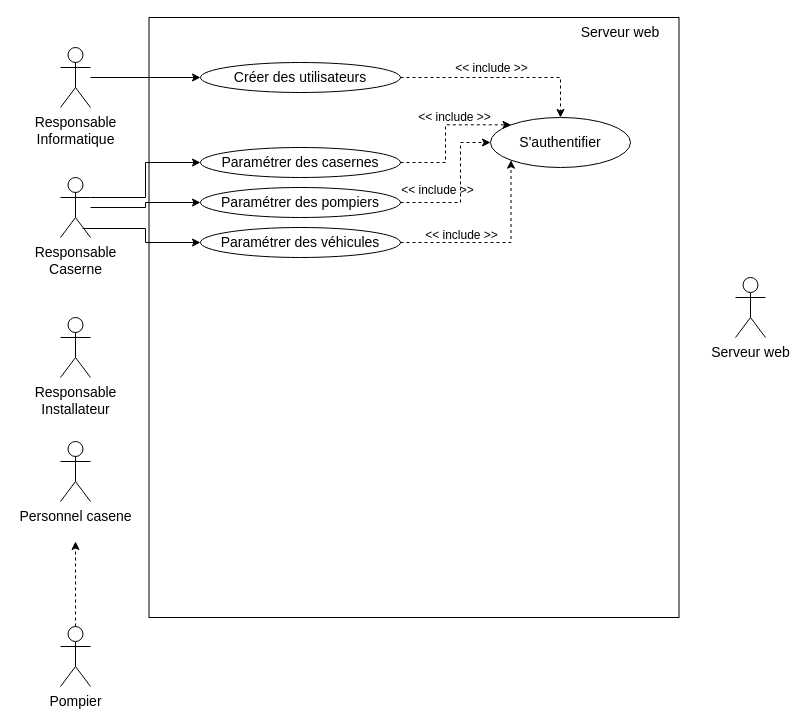
Before: Conception/Cas d'utilisation.drawio in GOROVSKY/projet-scientifique, a draw.io diagram. Source tidied: cells renumbered, new cells numbered last; positions are measured from the earlier drawing's top-left corner, leaving out a move shared by most shapes. Both pictures are drawn from the tidied source at 100%, with x=0, y=0 at pixel (60, 17).
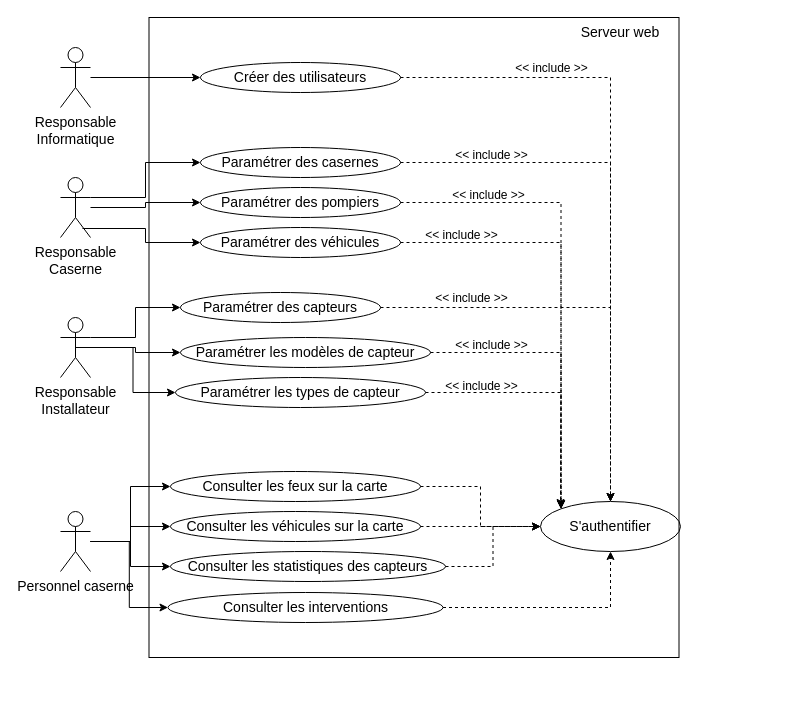
Above is the later version.

The change refers to these unchanged cells:
```xml
<mxCell id="11" value="Paramétrer des pompiers" style="ellipse;whiteSpace=wrap;html=1;fontSize=14;fillColor=none;" parent="1" vertex="1">
  <mxGeometry x="140" y="170" width="200" height="30" as="geometry" />
</mxCell>
<mxCell id="12" value="Paramétrer des casernes" style="ellipse;whiteSpace=wrap;html=1;fontSize=14;fillColor=none;" parent="1" vertex="1">
  <mxGeometry x="140" y="130" width="200" height="30" as="geometry" />
</mxCell>
<mxCell id="14" value="Paramétrer des véhicules" style="ellipse;whiteSpace=wrap;html=1;fontSize=14;fillColor=none;" parent="1" vertex="1">
  <mxGeometry x="140" y="210" width="200" height="30" as="geometry" />
</mxCell>
<mxCell id="16" value="&lt;div style=&quot;font-size: 14px&quot;&gt;Responsable&lt;/div&gt;Installateur" style="shape=umlActor;verticalLabelPosition=bottom;verticalAlign=top;html=1;outlineConnect=0;fontSize=14;" parent="1" vertex="1">
  <mxGeometry y="300" width="30" height="60" as="geometry" />
</mxCell>
<mxCell id="19" style="edgeStyle=orthogonalEdgeStyle;rounded=0;jettySize=auto;html=1;exitX=1;exitY=0.5;exitDx=0;exitDy=0;entryX=0.5;entryY=0;entryDx=0;entryDy=0;fontSize=14;endArrow=classic;endFill=1;dashed=1;" parent="1" edge="1" source="21" target="23">
  <mxGeometry relative="1" as="geometry" />
</mxCell>
```

Change to the diagram source:
```diff
@@
     <mxCell id="2" style="rounded=0;whiteSpace=wrap;html=1;fontSize=16;fillColor=none;" parent="1" vertex="1">
-      <mxGeometry x="88.5" width="530" height="600" as="geometry" />
+      <mxGeometry x="88.5" width="530" height="640" as="geometry" />
     </mxCell>
@@
-    <mxCell id="6" style="edgeStyle=orthogonalEdgeStyle;rounded=0;jettySize=auto;html=1;dashed=1;fontSize=16;" parent="1" edge="1" source="7">
-      <mxGeometry relative="1" as="geometry">
-        <mxPoint x="15" y="524" as="targetPoint" />
-      </mxGeometry>
-    </mxCell>
-    <mxCell id="7" value="Pompier" style="shape=umlActor;verticalLabelPosition=bottom;verticalAlign=top;html=1;outlineConnect=0;fontSize=14;" parent="1" vertex="1">
-      <mxGeometry y="609" width="30" height="60" as="geometry" />
-    </mxCell>
+    <mxCell id="29" style="edgeStyle=orthogonalEdgeStyle;rounded=0;jettySize=auto;html=1;entryX=0;entryY=0.5;entryDx=0;entryDy=0;fontSize=12;endArrow=classic;endFill=1;" parent="1" edge="1" source="8" target="46">
+      <mxGeometry relative="1" as="geometry" />
+    </mxCell>
+    <mxCell id="30" style="edgeStyle=orthogonalEdgeStyle;rounded=0;jettySize=auto;html=1;entryX=0;entryY=0.5;entryDx=0;entryDy=0;fontSize=12;endArrow=classic;endFill=1;" parent="1" edge="1" source="8" target="48">
+      <mxGeometry relative="1" as="geometry" />
+    </mxCell>
+    <mxCell id="31" style="edgeStyle=orthogonalEdgeStyle;rounded=0;jettySize=auto;html=1;entryX=0;entryY=0.5;entryDx=0;entryDy=0;fontSize=12;endArrow=classic;endFill=1;" parent="1" edge="1" source="8" target="50">
+      <mxGeometry relative="1" as="geometry" />
+    </mxCell>
+    <mxCell id="32" style="edgeStyle=orthogonalEdgeStyle;rounded=0;jettySize=auto;html=1;entryX=0;entryY=0.5;entryDx=0;entryDy=0;fontSize=12;endArrow=classic;endFill=1;" parent="1" edge="1" source="8" target="52">
+      <mxGeometry relative="1" as="geometry" />
+    </mxCell>
-    <mxCell id="8" value="Personnel casene" style="shape=umlActor;verticalLabelPosition=bottom;verticalAlign=top;html=1;outlineConnect=0;fontSize=14;" parent="1" vertex="1">
-      <mxGeometry y="424" width="30" height="60" as="geometry" />
+    <mxCell id="8" value="Personnel caserne" style="shape=umlActor;verticalLabelPosition=bottom;verticalAlign=top;html=1;outlineConnect=0;fontSize=14;" parent="1" vertex="1">
+      <mxGeometry y="494" width="30" height="60" as="geometry" />
     </mxCell>
@@
-    <mxCell id="10" value="Serveur web" style="shape=umlActor;verticalLabelPosition=bottom;verticalAlign=top;html=1;fontSize=14;fillColor=none;" parent="1" vertex="1">
-      <mxGeometry x="675" y="260" width="30" height="60" as="geometry" />
-    </mxCell>
@@
-    <mxCell id="13" style="edgeStyle=orthogonalEdgeStyle;rounded=0;jettySize=auto;html=1;exitX=1;exitY=0.5;exitDx=0;exitDy=0;entryX=0;entryY=1;entryDx=0;entryDy=0;dashed=1;fontSize=12;endArrow=classic;endFill=1;" parent="1" edge="1" source="14" target="23">
+    <mxCell id="13" style="edgeStyle=orthogonalEdgeStyle;rounded=0;jettySize=auto;html=1;exitX=1;exitY=0.5;exitDx=0;exitDy=0;entryX=0;entryY=0;entryDx=0;entryDy=0;dashed=1;fontSize=12;endArrow=classic;endFill=1;" parent="1" edge="1" source="14" target="23">
       <mxGeometry relative="1" as="geometry" />
     </mxCell>
@@
+    <mxCell id="33" style="edgeStyle=orthogonalEdgeStyle;rounded=0;jettySize=auto;html=1;exitX=1;exitY=0.3333333333333333;exitDx=0;exitDy=0;exitPerimeter=0;entryX=0;entryY=0.5;entryDx=0;entryDy=0;fontSize=12;endArrow=classic;endFill=1;" parent="1" edge="1" source="16" target="37">
+      <mxGeometry relative="1" as="geometry" />
+    </mxCell>
+    <mxCell id="34" style="edgeStyle=orthogonalEdgeStyle;rounded=0;jettySize=auto;html=1;entryX=0;entryY=0.5;entryDx=0;entryDy=0;fontSize=12;endArrow=classic;endFill=1;" parent="1" edge="1" source="16" target="39">
+      <mxGeometry relative="1" as="geometry" />
+    </mxCell>
+    <mxCell id="35" style="edgeStyle=orthogonalEdgeStyle;rounded=0;jettySize=auto;html=1;exitX=0.5;exitY=0.5;exitDx=0;exitDy=0;exitPerimeter=0;entryX=0;entryY=0.5;entryDx=0;entryDy=0;fontSize=12;endArrow=classic;endFill=1;" parent="1" edge="1" source="16" target="41">
+      <mxGeometry relative="1" as="geometry" />
+    </mxCell>
@@
     <mxCell id="20" value="&lt;font style=&quot;font-size: 12px;&quot;&gt;&amp;lt;&amp;lt; include &amp;gt;&amp;gt;&lt;br style=&quot;font-size: 12px;&quot;&gt;&lt;/font&gt;" style="edgeLabel;html=1;align=center;verticalAlign=middle;fontSize=12;" parent="19" vertex="1">
       <mxGeometry x="0.06" y="-4" relative="1" as="geometry">
-        <mxPoint x="-16" y="-14" as="offset" />
+        <mxPoint x="-116" y="-49" as="offset" />
       </mxGeometry>
     </mxCell>
@@
     <mxCell id="23" value="S'authentifier" style="ellipse;whiteSpace=wrap;html=1;fontSize=14;fillColor=none;" parent="1" vertex="1">
-      <mxGeometry x="430" y="100" width="140" height="50" as="geometry" />
+      <mxGeometry x="480" y="484" width="140" height="50" as="geometry" />
     </mxCell>
-    <mxCell id="24" style="edgeStyle=orthogonalEdgeStyle;rounded=0;jettySize=auto;html=1;exitX=1;exitY=0.5;exitDx=0;exitDy=0;entryX=0;entryY=0;entryDx=0;entryDy=0;fontSize=14;endArrow=classic;endFill=1;dashed=1;" parent="1" edge="1" source="12" target="23">
+    <mxCell id="24" style="edgeStyle=orthogonalEdgeStyle;rounded=0;jettySize=auto;html=1;exitX=1;exitY=0.5;exitDx=0;exitDy=0;fontSize=14;endArrow=classic;endFill=1;dashed=1;" parent="1" edge="1" source="12" target="23">
       <mxGeometry relative="1" as="geometry" />
     </mxCell>
     <mxCell id="25" value="&lt;font style=&quot;font-size: 12px;&quot;&gt;&amp;lt;&amp;lt; include &amp;gt;&amp;gt;&lt;br style=&quot;font-size: 12px;&quot;&gt;&lt;/font&gt;" style="edgeLabel;html=1;align=center;verticalAlign=middle;fontSize=12;labelBackgroundColor=none;" parent="24" vertex="1">
       <mxGeometry x="0.06" y="-4" relative="1" as="geometry">
-        <mxPoint x="4" y="-12" as="offset" />
+        <mxPoint x="-119" y="-49" as="offset" />
       </mxGeometry>
     </mxCell>
-    <mxCell id="26" style="edgeStyle=orthogonalEdgeStyle;rounded=0;jettySize=auto;html=1;exitX=1;exitY=0.5;exitDx=0;exitDy=0;entryX=0;entryY=0.5;entryDx=0;entryDy=0;fontSize=14;endArrow=classic;endFill=1;dashed=1;" parent="1" edge="1" source="11" target="23">
+    <mxCell id="26" style="edgeStyle=orthogonalEdgeStyle;rounded=0;jettySize=auto;html=1;exitX=1;exitY=0.5;exitDx=0;exitDy=0;entryX=0;entryY=0;entryDx=0;entryDy=0;fontSize=14;endArrow=classic;endFill=1;dashed=1;" parent="1" edge="1" source="11" target="23">
       <mxGeometry relative="1" as="geometry">
         <Array as="points">
-          <mxPoint x="400" y="185" />
-          <mxPoint x="400" y="125" />
+          <mxPoint x="501" y="185" />
         </Array>
       </mxGeometry>
     </mxCell>
     <mxCell id="27" value="&lt;font style=&quot;font-size: 12px;&quot;&gt;&amp;lt;&amp;lt; include &amp;gt;&amp;gt;&lt;br style=&quot;font-size: 12px;&quot;&gt;&lt;/font&gt;" style="edgeLabel;html=1;align=center;verticalAlign=middle;fontSize=12;labelBackgroundColor=none;" parent="26" vertex="1">
       <mxGeometry x="0.06" y="-4" relative="1" as="geometry">
-        <mxPoint x="-28" y="7" as="offset" />
+        <mxPoint x="-6" y="-221" as="offset" />
       </mxGeometry>
     </mxCell>
@@
+    <mxCell id="36" style="edgeStyle=orthogonalEdgeStyle;rounded=0;jettySize=auto;html=1;exitX=1;exitY=0.5;exitDx=0;exitDy=0;fontSize=12;endArrow=classic;endFill=1;dashed=1;" parent="1" edge="1" source="37" target="23">
+      <mxGeometry relative="1" as="geometry" />
+    </mxCell>
+    <mxCell id="37" value="Paramétrer des capteurs" style="ellipse;whiteSpace=wrap;html=1;fontSize=14;fillColor=none;" parent="1" vertex="1">
+      <mxGeometry x="120" y="275" width="200" height="30" as="geometry" />
+    </mxCell>
+    <mxCell id="38" style="edgeStyle=orthogonalEdgeStyle;rounded=0;jettySize=auto;html=1;exitX=1;exitY=0.5;exitDx=0;exitDy=0;entryX=0;entryY=0;entryDx=0;entryDy=0;dashed=1;fontSize=12;endArrow=classic;endFill=1;" parent="1" edge="1" source="39" target="23">
+      <mxGeometry relative="1" as="geometry" />
+    </mxCell>
+    <mxCell id="39" value="Paramétrer les modèles de capteur" style="ellipse;whiteSpace=wrap;html=1;fontSize=14;fillColor=none;" parent="1" vertex="1">
+      <mxGeometry x="120" y="320" width="250" height="30" as="geometry" />
+    </mxCell>
+    <mxCell id="40" style="edgeStyle=orthogonalEdgeStyle;rounded=0;jettySize=auto;html=1;exitX=1;exitY=0.5;exitDx=0;exitDy=0;dashed=1;fontSize=12;endArrow=classic;endFill=1;" parent="1" edge="1" source="41">
+      <mxGeometry relative="1" as="geometry">
+        <mxPoint x="500" y="490" as="targetPoint" />
+      </mxGeometry>
+    </mxCell>
+    <mxCell id="41" value="Paramétrer les types de capteur" style="ellipse;whiteSpace=wrap;html=1;fontSize=14;fillColor=none;" parent="1" vertex="1">
+      <mxGeometry x="115" y="360" width="250" height="30" as="geometry" />
+    </mxCell>
+    <mxCell id="42" value="&lt;font style=&quot;font-size: 12px;&quot;&gt;&amp;lt;&amp;lt; include &amp;gt;&amp;gt;&lt;br style=&quot;font-size: 12px;&quot;&gt;&lt;/font&gt;" style="edgeLabel;html=1;align=center;verticalAlign=middle;fontSize=12;labelBackgroundColor=none;" parent="1" vertex="1">
+      <mxGeometry x="410" y="280" as="geometry" />
+    </mxCell>
+    <mxCell id="43" value="&lt;font style=&quot;font-size: 12px;&quot;&gt;&amp;lt;&amp;lt; include &amp;gt;&amp;gt;&lt;br style=&quot;font-size: 12px;&quot;&gt;&lt;/font&gt;" style="edgeLabel;html=1;align=center;verticalAlign=middle;fontSize=12;labelBackgroundColor=none;" parent="1" vertex="1">
+      <mxGeometry x="430" y="327" as="geometry" />
+    </mxCell>
+    <mxCell id="44" value="&lt;font style=&quot;font-size: 12px;&quot;&gt;&amp;lt;&amp;lt; include &amp;gt;&amp;gt;&lt;br style=&quot;font-size: 12px;&quot;&gt;&lt;/font&gt;" style="edgeLabel;html=1;align=center;verticalAlign=middle;fontSize=12;labelBackgroundColor=none;" parent="1" vertex="1">
+      <mxGeometry x="420" y="368" as="geometry" />
+    </mxCell>
+    <mxCell id="45" style="edgeStyle=orthogonalEdgeStyle;rounded=0;jettySize=auto;html=1;exitX=1;exitY=0.5;exitDx=0;exitDy=0;entryX=0;entryY=0.5;entryDx=0;entryDy=0;fontSize=12;endArrow=classic;endFill=1;dashed=1;" parent="1" edge="1" source="46" target="23">
+      <mxGeometry relative="1" as="geometry" />
+    </mxCell>
+    <mxCell id="46" value="Consulter les feux sur la carte" style="ellipse;whiteSpace=wrap;html=1;fontSize=14;fillColor=none;" parent="1" vertex="1">
+      <mxGeometry x="110" y="454" width="250" height="30" as="geometry" />
+    </mxCell>
+    <mxCell id="47" style="edgeStyle=orthogonalEdgeStyle;rounded=0;jettySize=auto;html=1;exitX=1;exitY=0.5;exitDx=0;exitDy=0;dashed=1;fontSize=12;endArrow=classic;endFill=1;" parent="1" edge="1" source="48">
+      <mxGeometry relative="1" as="geometry">
+        <mxPoint x="480" y="509" as="targetPoint" />
+      </mxGeometry>
+    </mxCell>
+    <mxCell id="48" value="Consulter les véhicules sur la carte" style="ellipse;whiteSpace=wrap;html=1;fontSize=14;fillColor=none;" parent="1" vertex="1">
+      <mxGeometry x="110" y="494" width="250" height="30" as="geometry" />
+    </mxCell>
+    <mxCell id="49" style="edgeStyle=orthogonalEdgeStyle;rounded=0;jettySize=auto;html=1;exitX=1;exitY=0.5;exitDx=0;exitDy=0;entryX=0;entryY=0.5;entryDx=0;entryDy=0;dashed=1;fontSize=12;endArrow=classic;endFill=1;" parent="1" edge="1" source="50" target="23">
+      <mxGeometry relative="1" as="geometry" />
+    </mxCell>
+    <mxCell id="50" value="Consulter les statistiques des capteurs" style="ellipse;whiteSpace=wrap;html=1;fontSize=14;fillColor=none;" parent="1" vertex="1">
+      <mxGeometry x="110" y="534" width="275" height="30" as="geometry" />
+    </mxCell>
+    <mxCell id="51" style="edgeStyle=orthogonalEdgeStyle;rounded=0;jettySize=auto;html=1;exitX=1;exitY=0.5;exitDx=0;exitDy=0;dashed=1;fontSize=12;endArrow=classic;endFill=1;" parent="1" edge="1" source="52" target="23">
+      <mxGeometry relative="1" as="geometry" />
+    </mxCell>
+    <mxCell id="52" value="Consulter les interventions" style="ellipse;whiteSpace=wrap;html=1;fontSize=14;fillColor=none;" parent="1" vertex="1">
+      <mxGeometry x="107.5" y="575" width="275" height="30" as="geometry" />
+    </mxCell>
```
